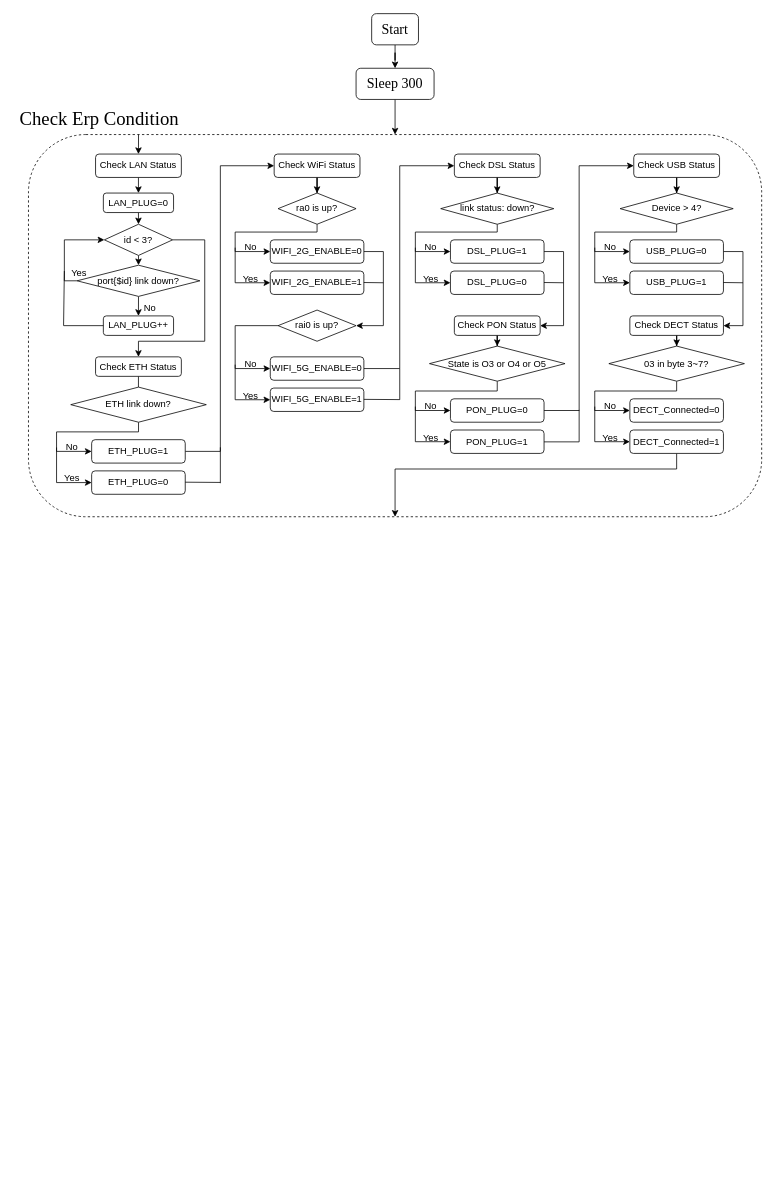
Above: ErP_Monitor_script.drawio in asd72570711/draw.io (draw.io), before the change. Source tidied: cells renumbered, new cells numbered last; positions are measured from the earlier drawing's top-left corner, leaving out a move shared by most shapes. Both pictures are drawn from the tidied source at 78%, with x=0, y=0 at pixel (13, 13).
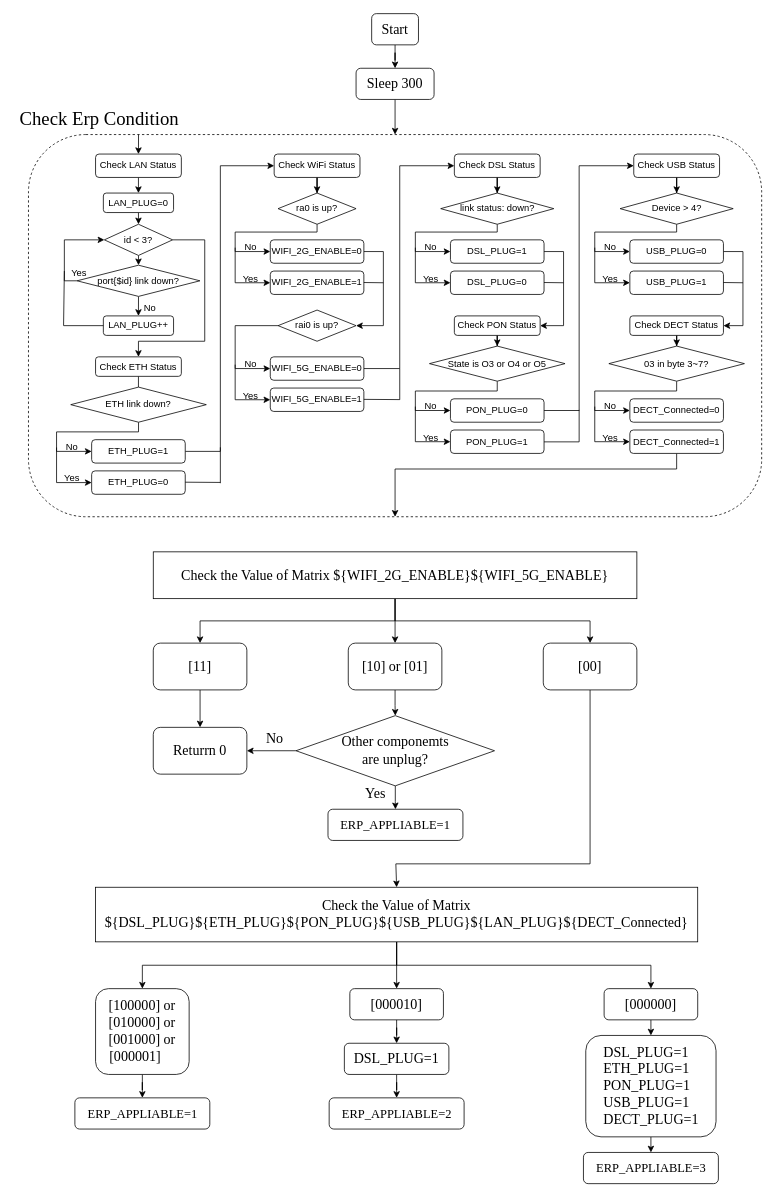
Above is the later version.

Change to the diagram source:
```diff
@@
+    <mxCell id="108" style="edgeStyle=orthogonalEdgeStyle;rounded=0;jettySize=auto;html=1;exitX=0.5;exitY=1;exitDx=0;exitDy=0;entryX=0.5;entryY=0;entryDx=0;entryDy=0;" parent="1" edge="1" source="111" target="117">
+      <mxGeometry relative="1" as="geometry" />
+    </mxCell>
+    <mxCell id="109" style="edgeStyle=orthogonalEdgeStyle;rounded=0;jettySize=auto;html=1;exitX=0.5;exitY=1;exitDx=0;exitDy=0;entryX=0.5;entryY=0;entryDx=0;entryDy=0;" parent="1" edge="1" source="111" target="113">
+      <mxGeometry relative="1" as="geometry" />
+    </mxCell>
+    <mxCell id="110" style="edgeStyle=orthogonalEdgeStyle;rounded=0;jettySize=auto;html=1;exitX=0.5;exitY=1;exitDx=0;exitDy=0;entryX=0.5;entryY=0;entryDx=0;entryDy=0;" parent="1" edge="1" source="111" target="115">
+      <mxGeometry relative="1" as="geometry" />
+    </mxCell>
+    <mxCell id="111" value="&lt;font style=&quot;font-size: 18px;&quot; face=&quot;Times New Roman&quot;&gt;Check the Value of Matrix ${WIFI_2G_ENABLE}${WIFI_5G_ENABLE}&lt;/font&gt;" style="rounded=0;whiteSpace=wrap;html=1;" parent="1" vertex="1">
+      <mxGeometry x="179" y="690" width="620" height="60" as="geometry" />
+    </mxCell>
+    <mxCell id="112" style="edgeStyle=orthogonalEdgeStyle;rounded=0;jettySize=auto;html=1;" parent="1" edge="1" source="113" target="118">
+      <mxGeometry relative="1" as="geometry" />
+    </mxCell>
+    <mxCell id="113" value="&lt;font face=&quot;Times New Roman&quot; style=&quot;font-size: 18px;&quot;&gt;[11]&lt;/font&gt;" style="rounded=1;whiteSpace=wrap;html=1;" parent="1" vertex="1">
+      <mxGeometry x="179" y="807" width="120" height="60" as="geometry" />
+    </mxCell>
+    <mxCell id="114" style="edgeStyle=orthogonalEdgeStyle;rounded=0;jettySize=auto;html=1;exitX=0.5;exitY=1;exitDx=0;exitDy=0;entryX=0.5;entryY=0;entryDx=0;entryDy=0;" parent="1" edge="1" source="115" target="128">
+      <mxGeometry relative="1" as="geometry">
+        <Array as="points">
+          <mxPoint x="739" y="1090" />
+          <mxPoint x="490" y="1090" />
+        </Array>
+      </mxGeometry>
+    </mxCell>
+    <mxCell id="115" value="&lt;font face=&quot;Times New Roman&quot; style=&quot;font-size: 18px;&quot;&gt;[00]&lt;/font&gt;" style="rounded=1;whiteSpace=wrap;html=1;" parent="1" vertex="1">
+      <mxGeometry x="679" y="807" width="120" height="60" as="geometry" />
+    </mxCell>
+    <mxCell id="116" style="edgeStyle=orthogonalEdgeStyle;rounded=0;jettySize=auto;html=1;" parent="1" edge="1" source="117" target="121">
+      <mxGeometry relative="1" as="geometry" />
+    </mxCell>
+    <mxCell id="117" value="&lt;font face=&quot;Times New Roman&quot; style=&quot;font-size: 18px;&quot;&gt;[10] or [01]&lt;/font&gt;" style="rounded=1;whiteSpace=wrap;html=1;" parent="1" vertex="1">
+      <mxGeometry x="429" y="807" width="120" height="60" as="geometry" />
+    </mxCell>
+    <mxCell id="118" value="&lt;font face=&quot;Times New Roman&quot; style=&quot;font-size: 18px;&quot;&gt;Returrn 0&lt;/font&gt;" style="rounded=1;whiteSpace=wrap;html=1;" parent="1" vertex="1">
+      <mxGeometry x="179" y="915" width="120" height="60" as="geometry" />
+    </mxCell>
+    <mxCell id="119" style="edgeStyle=orthogonalEdgeStyle;rounded=0;jettySize=auto;html=1;" parent="1" edge="1" source="121" target="118">
+      <mxGeometry relative="1" as="geometry" />
+    </mxCell>
+    <mxCell id="120" style="edgeStyle=orthogonalEdgeStyle;rounded=0;jettySize=auto;html=1;" parent="1" edge="1" source="121" target="123">
+      <mxGeometry relative="1" as="geometry" />
+    </mxCell>
+    <mxCell id="121" value="&lt;font face=&quot;Times New Roman&quot; style=&quot;font-size: 18px;&quot;&gt;Other componemts&lt;br&gt;are unplug?&lt;/font&gt;" style="rhombus;whiteSpace=wrap;html=1;" parent="1" vertex="1">
+      <mxGeometry x="362" y="900" width="254.5" height="90" as="geometry" />
+    </mxCell>
+    <mxCell id="122" value="&lt;font face=&quot;Times New Roman&quot; style=&quot;font-size: 18px;&quot;&gt;No&lt;/font&gt;" style="text;html=1;strokeColor=none;fillColor=none;align=center;verticalAlign=middle;whiteSpace=wrap;rounded=0;" parent="1" vertex="1">
+      <mxGeometry x="315" y="920" width="40" height="20" as="geometry" />
+    </mxCell>
+    <mxCell id="123" value="&lt;font size=&quot;3&quot; face=&quot;Times New Roman&quot;&gt;ERP_APPLIABLE=1&lt;/font&gt;" style="rounded=1;whiteSpace=wrap;html=1;" parent="1" vertex="1">
+      <mxGeometry x="403" y="1020" width="173" height="40" as="geometry" />
+    </mxCell>
+    <mxCell id="124" value="&lt;font face=&quot;Times New Roman&quot; style=&quot;font-size: 18px;&quot;&gt;Yes&lt;/font&gt;" style="text;html=1;strokeColor=none;fillColor=none;align=center;verticalAlign=middle;whiteSpace=wrap;rounded=0;" parent="1" vertex="1">
+      <mxGeometry x="444" y="990" width="40" height="20" as="geometry" />
+    </mxCell>
+    <mxCell id="125" style="edgeStyle=orthogonalEdgeStyle;rounded=0;jettySize=auto;html=1;exitX=0.5;exitY=1;exitDx=0;exitDy=0;entryX=0.5;entryY=0;entryDx=0;entryDy=0;" parent="1" edge="1" source="128" target="130">
+      <mxGeometry relative="1" as="geometry" />
+    </mxCell>
+    <mxCell id="126" style="edgeStyle=orthogonalEdgeStyle;rounded=0;jettySize=auto;html=1;exitX=0.5;exitY=1;exitDx=0;exitDy=0;entryX=0.5;entryY=0;entryDx=0;entryDy=0;" parent="1" edge="1" source="128" target="134">
+      <mxGeometry relative="1" as="geometry" />
+    </mxCell>
+    <mxCell id="127" style="edgeStyle=orthogonalEdgeStyle;rounded=0;jettySize=auto;html=1;exitX=0.5;exitY=1;exitDx=0;exitDy=0;entryX=0.5;entryY=0;entryDx=0;entryDy=0;" parent="1" edge="1" source="128" target="132">
+      <mxGeometry relative="1" as="geometry" />
+    </mxCell>
+    <mxCell id="128" value="&lt;font style=&quot;&quot; face=&quot;Times New Roman&quot;&gt;&lt;font style=&quot;font-size: 18px;&quot;&gt;Check the Value of Matrix&lt;br&gt;${DSL_PLUG}${ETH_PLUG}${PON_PLUG}${USB_PLUG}${LAN_PLUG}${DECT_Connected}&lt;/font&gt;&lt;br&gt;&lt;/font&gt;" style="rounded=0;whiteSpace=wrap;html=1;" parent="1" vertex="1">
+      <mxGeometry x="105" y="1120" width="772" height="70" as="geometry" />
+    </mxCell>
+    <mxCell id="129" style="edgeStyle=orthogonalEdgeStyle;rounded=0;jettySize=auto;html=1;" parent="1" edge="1" source="130" target="135">
+      <mxGeometry relative="1" as="geometry" />
+    </mxCell>
+    <mxCell id="130" value="&lt;font face=&quot;Times New Roman&quot; style=&quot;font-size: 18px;&quot;&gt;[100000] or&lt;br&gt;[010000] or&lt;br&gt;[001000] or&lt;br&gt;[000001]&amp;nbsp; &amp;nbsp;&amp;nbsp;&lt;br&gt;&lt;/font&gt;" style="rounded=1;whiteSpace=wrap;html=1;" parent="1" vertex="1">
+      <mxGeometry x="105" y="1250" width="120" height="110" as="geometry" />
+    </mxCell>
+    <mxCell id="131" style="edgeStyle=orthogonalEdgeStyle;rounded=0;jettySize=auto;html=1;exitX=0.5;exitY=1;exitDx=0;exitDy=0;entryX=0.5;entryY=0;entryDx=0;entryDy=0;" parent="1" edge="1" source="132" target="140">
+      <mxGeometry relative="1" as="geometry" />
+    </mxCell>
+    <mxCell id="132" value="&lt;font face=&quot;Times New Roman&quot; style=&quot;font-size: 18px;&quot;&gt;[000000]&lt;br&gt;&lt;/font&gt;" style="rounded=1;whiteSpace=wrap;html=1;" parent="1" vertex="1">
+      <mxGeometry x="757" y="1250" width="120" height="40" as="geometry" />
+    </mxCell>
+    <mxCell id="133" style="edgeStyle=orthogonalEdgeStyle;rounded=0;jettySize=auto;html=1;exitX=0.5;exitY=1;exitDx=0;exitDy=0;" parent="1" edge="1" source="134" target="137">
+      <mxGeometry relative="1" as="geometry" />
+    </mxCell>
+    <mxCell id="134" value="&lt;font face=&quot;Times New Roman&quot; style=&quot;font-size: 18px;&quot;&gt;[000010]&lt;br&gt;&lt;/font&gt;" style="rounded=1;whiteSpace=wrap;html=1;" parent="1" vertex="1">
+      <mxGeometry x="431" y="1250" width="120" height="40" as="geometry" />
+    </mxCell>
+    <mxCell id="135" value="&lt;font size=&quot;3&quot; face=&quot;Times New Roman&quot;&gt;ERP_APPLIABLE=1&lt;/font&gt;" style="rounded=1;whiteSpace=wrap;html=1;" parent="1" vertex="1">
+      <mxGeometry x="78.5" y="1390" width="173" height="40" as="geometry" />
+    </mxCell>
+    <mxCell id="136" style="edgeStyle=orthogonalEdgeStyle;rounded=0;jettySize=auto;html=1;" parent="1" edge="1" source="137" target="138">
+      <mxGeometry relative="1" as="geometry" />
+    </mxCell>
+    <mxCell id="137" value="&lt;font face=&quot;Times New Roman&quot; style=&quot;font-size: 18px;&quot;&gt;DSL_PLUG=1&lt;/font&gt;" style="rounded=1;whiteSpace=wrap;html=1;" parent="1" vertex="1">
+      <mxGeometry x="424" y="1320" width="134" height="40" as="geometry" />
+    </mxCell>
+    <mxCell id="138" value="&lt;font size=&quot;3&quot; face=&quot;Times New Roman&quot;&gt;ERP_APPLIABLE=2&lt;/font&gt;" style="rounded=1;whiteSpace=wrap;html=1;" parent="1" vertex="1">
+      <mxGeometry x="404.5" y="1390" width="173" height="40" as="geometry" />
+    </mxCell>
+    <mxCell id="139" style="edgeStyle=orthogonalEdgeStyle;rounded=0;jettySize=auto;html=1;exitX=0.5;exitY=1;exitDx=0;exitDy=0;entryX=0.5;entryY=0;entryDx=0;entryDy=0;" parent="1" edge="1" source="140" target="141">
+      <mxGeometry relative="1" as="geometry" />
+    </mxCell>
+    <mxCell id="140" value="&lt;div style=&quot;text-align: justify;&quot;&gt;&lt;font face=&quot;Times New Roman&quot; style=&quot;font-size: 18px;&quot;&gt;DSL_PLUG=1&lt;br&gt;ETH_PLUG=1&lt;br&gt;PON_PLUG=1&lt;br&gt;USB_PLUG=1&lt;br&gt;DECT_PLUG=1&lt;/font&gt;&lt;/div&gt;" style="rounded=1;whiteSpace=wrap;html=1;align=center;" parent="1" vertex="1">
+      <mxGeometry x="733.5" y="1310" width="167" height="130" as="geometry" />
+    </mxCell>
+    <mxCell id="141" value="&lt;font size=&quot;3&quot; face=&quot;Times New Roman&quot;&gt;ERP_APPLIABLE=3&lt;/font&gt;" style="rounded=1;whiteSpace=wrap;html=1;" parent="1" vertex="1">
+      <mxGeometry x="730.5" y="1460" width="173" height="40" as="geometry" />
+    </mxCell>
```
